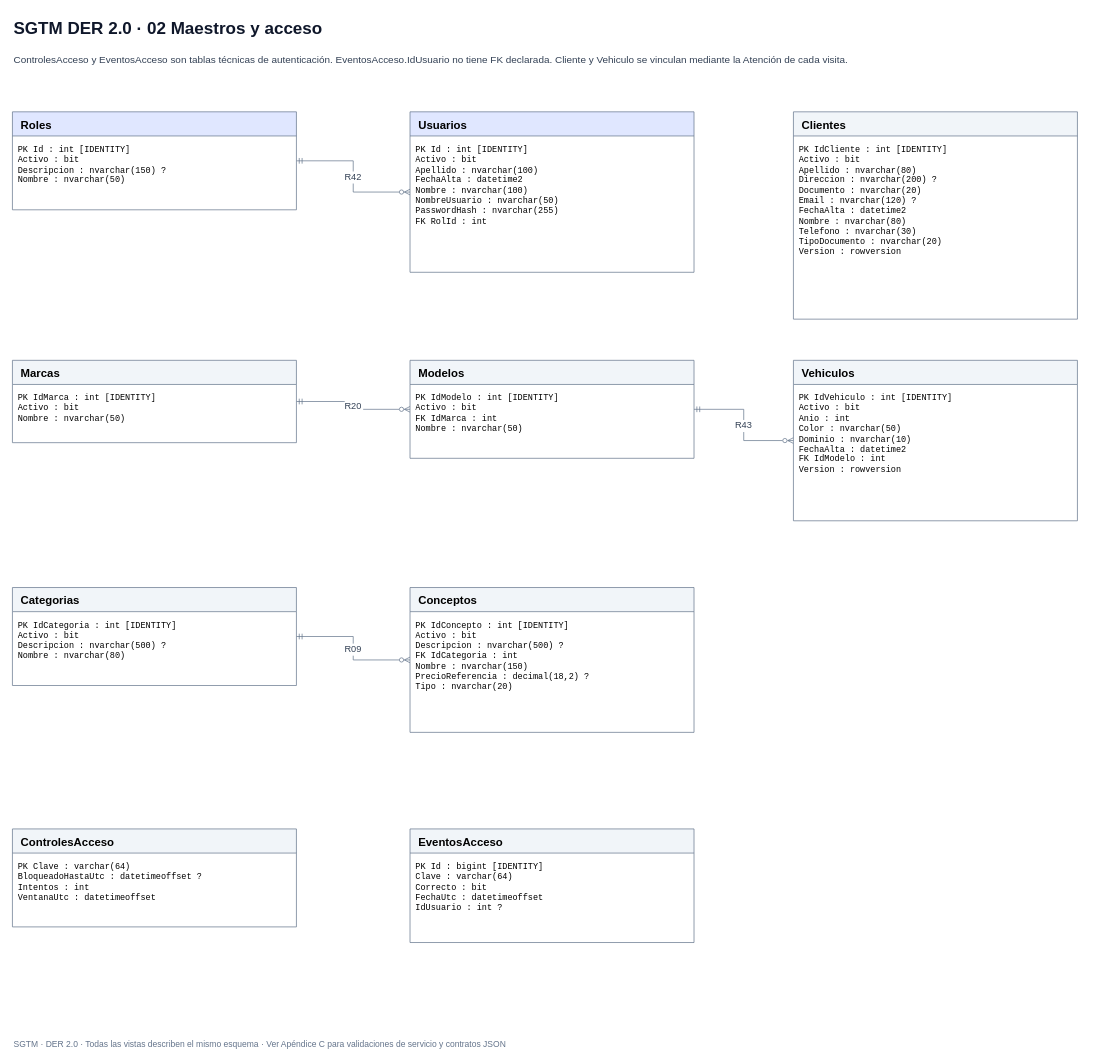
Before: page "02 Maestros y acceso" (2 of 8) of docs/diagramas/DER-SGTM-v2.0.drawio in EnriqueRTG/taller-mecanico, a draw.io diagram. Source tidied: cells renumbered, new cells numbered last; positions are measured from the earlier drawing's top-left corner, leaving out a move shared by most shapes. Both pictures are drawn from the tidied source at 71%, with x=0, y=0 at pixel (12, 12).
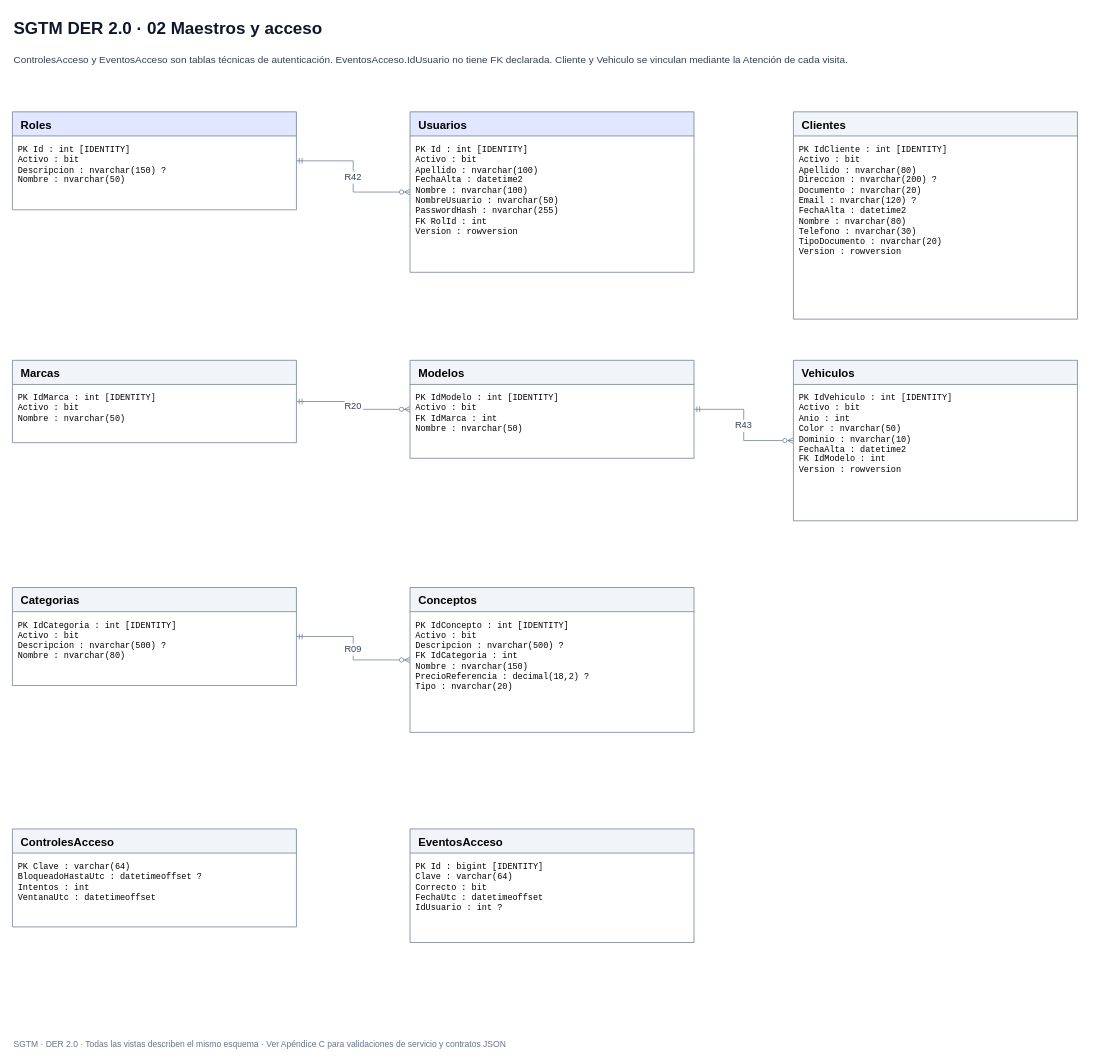
Above is the later version.

The change refers to these unchanged cells:
```xml
<mxCell id="10" value="Usuarios" style="swimlane;html=0;startSize=34;horizontal=1;rounded=0;fontSize=16;fontStyle=1;align=left;spacingLeft=10;fillColor=#e0e7ff;swimlaneFillColor=#ffffff;strokeColor=#64748b;" parent="1" vertex="1">
  <mxGeometry x="560" y="140" width="400" height="226" as="geometry" />
</mxCell>
```

What changed in the source:
```diff
@@
-    <mxCell id="11" value="PK Id : int [IDENTITY]&#10;Activo : bit&#10;Apellido : nvarchar(100)&#10;FechaAlta : datetime2&#10;Nombre : nvarchar(100)&#10;NombreUsuario : nvarchar(50)&#10;PasswordHash : nvarchar(255)&#10;FK RolId : int" style="text;html=0;align=left;verticalAlign=top;whiteSpace=wrap;overflow=hidden;fontFamily=Consolas;fontSize=12;spacing=8;" parent="10" vertex="1">
+    <mxCell id="11" value="PK Id : int [IDENTITY]&#10;Activo : bit&#10;Apellido : nvarchar(100)&#10;FechaAlta : datetime2&#10;Nombre : nvarchar(100)&#10;NombreUsuario : nvarchar(50)&#10;PasswordHash : nvarchar(255)&#10;FK RolId : int&#10;Version : rowversion" style="text;html=0;align=left;verticalAlign=top;whiteSpace=wrap;overflow=hidden;fontFamily=Consolas;fontSize=12;spacing=8;" parent="10" vertex="1">
       <mxGeometry y="34" width="400" height="192" as="geometry" />
     </mxCell>
```
